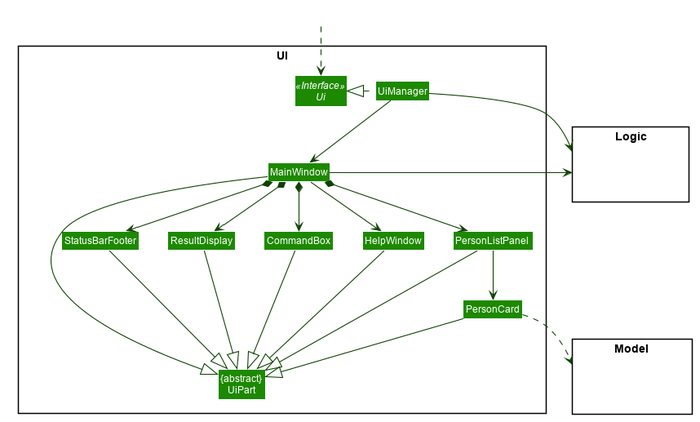
Above: docs/images/UiClassDiagram.png in nus-cs2103-AY2021S2/tp (PlantUML), before the change.
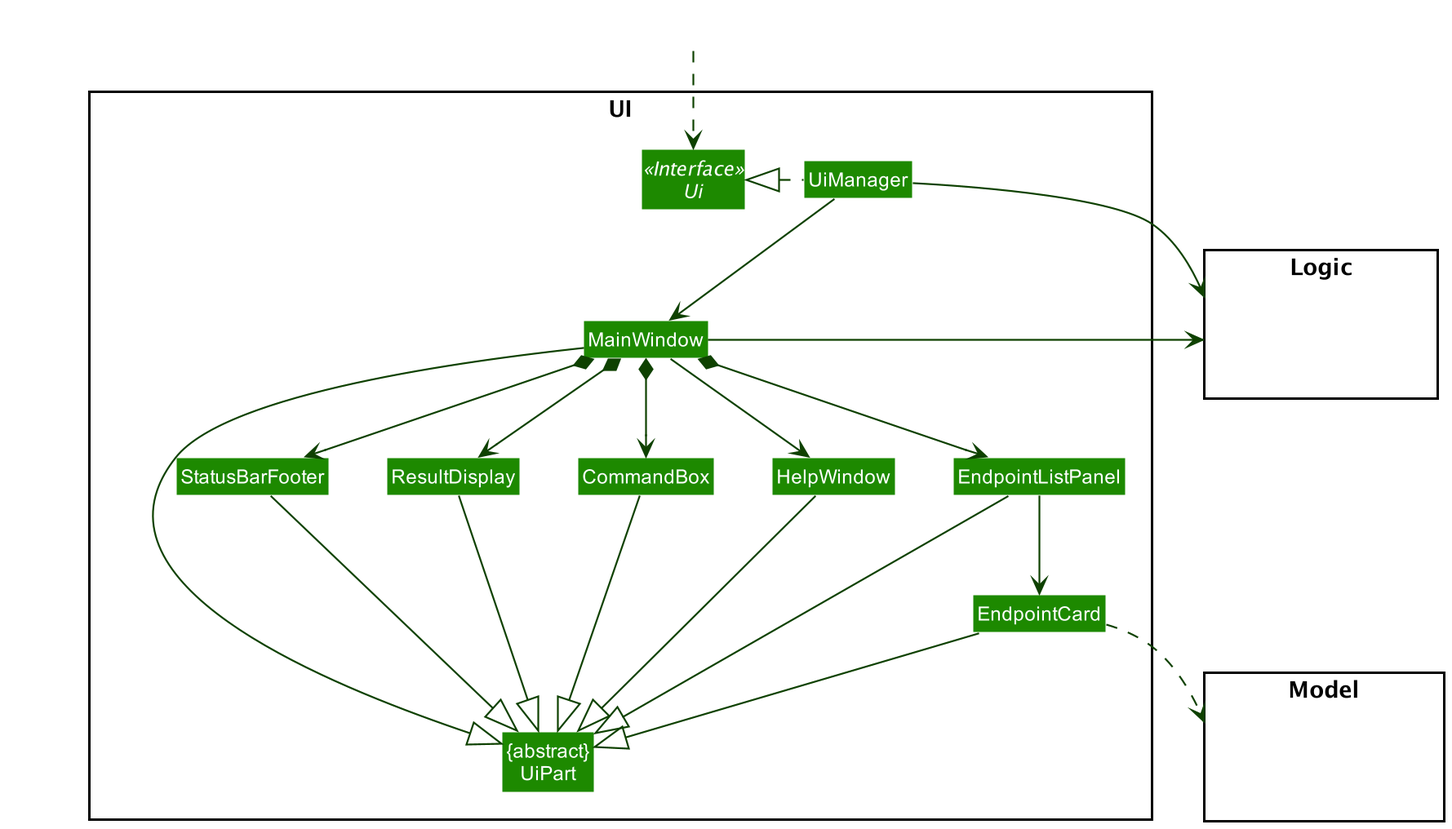
The same file after the commit.

Commit message:
More diagram fixes and minor fixes (remove mentions of addressbook)

What changed in the source:
```diff
@@ -1,55 +1,8 @@
 @startuml
-
-
-
-
-
-
-
-
-skinparam BackgroundColor #FFFFFFF
-
-skinparam Shadowing false
-
-skinparam Class {
-    FontColor #FFFFFF
-    BorderThickness 1
-    BorderColor #FFFFFF
-    StereotypeFontColor #FFFFFF
-    FontName Arial
-}
-
-skinparam Actor {
-    BorderColor #000000
-    Color #000000
-    FontName Arial
-}
-
-skinparam Sequence {
-    MessageAlign center
-    BoxFontSize 15
-    BoxPadding 0
-    BoxFontColor #FFFFFF
-    FontName Arial
-}
-
-skinparam Participant {
-    FontColor #FFFFFFF
-    Padding 20
-}
-
-skinparam MinClassWidth 50
-skinparam ParticipantPadding 10
-skinparam Shadowing false
-skinparam DefaultTextAlignment center
-skinparam packageStyle Rectangle
-
-hide footbox
-hide members
-hide circle
+!include style.puml
 skinparam arrowThickness 1.1
-skinparam arrowColor #0E4100
-skinparam classBackgroundColor #1D8900
+skinparam arrowColor UI_COLOR_T4
+skinparam classBackgroundColor UI_COLOR
 
 package UI <<Rectangle>>{
 Interface Ui <<Interface>>
@@ -58,8 +11,8 @@
 Class MainWindow
 Class HelpWindow
 Class ResultDisplay
-Class PersonListPanel
-Class PersonCard
+Class EndpointListPanel
+Class EndpointCard
 Class StatusBarFooter
 Class CommandBox
 }
@@ -80,25 +33,25 @@
 MainWindow --> HelpWindow
 MainWindow *-down-> CommandBox
 MainWindow *-down-> ResultDisplay
-MainWindow *-down-> PersonListPanel
+MainWindow *-down-> EndpointListPanel
 MainWindow *-down-> StatusBarFooter
 
-PersonListPanel -down-> PersonCard
+EndpointListPanel -down-> EndpointCard
 
 MainWindow -left-|> UiPart
 
 ResultDisplay --|> UiPart
 CommandBox --|> UiPart
-PersonListPanel --|> UiPart
-PersonCard --|> UiPart
+EndpointListPanel --|> UiPart
+EndpointCard --|> UiPart
 StatusBarFooter --|> UiPart
 HelpWindow -down-|> UiPart
 
-PersonCard ..> Model
+EndpointCard ..> Model
 UiManager -right-> Logic
 MainWindow -left-> Logic
 
-PersonListPanel -[hidden]left- HelpWindow
+EndpointListPanel -[hidden]left- HelpWindow
 HelpWindow -[hidden]left- CommandBox
 CommandBox -[hidden]left- ResultDisplay
 ResultDisplay -[hidden]left- StatusBarFooter
```
